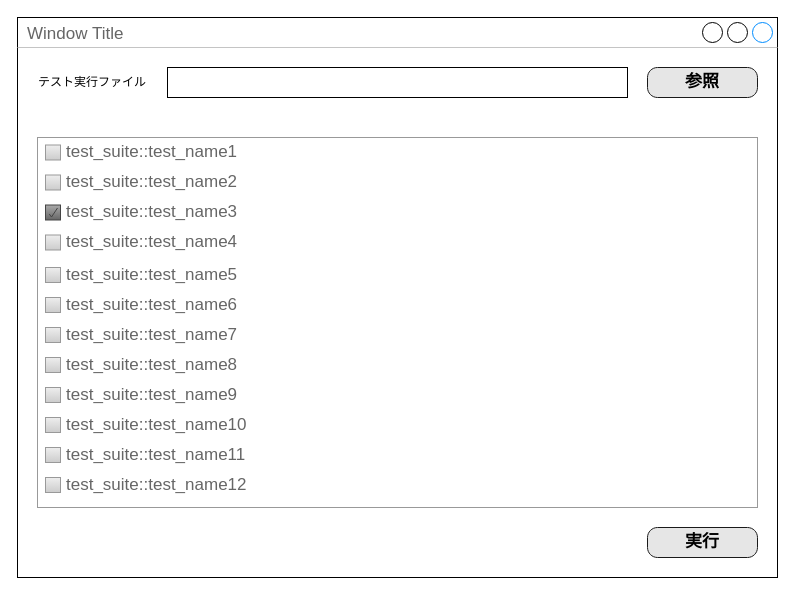
The draw.io diagram google_test/google_test_gui/doc/gtest_gui_view_layout.drawio in CountrySideEngineer/TestSupportTools, before the edit. Source tidied: cells renumbered, new cells numbered last; positions are measured from the earlier drawing's top-left corner, leaving out a move shared by most shapes. Both pictures are drawn from the tidied source at 100%, with x=0, y=0 at pixel (17, 17).
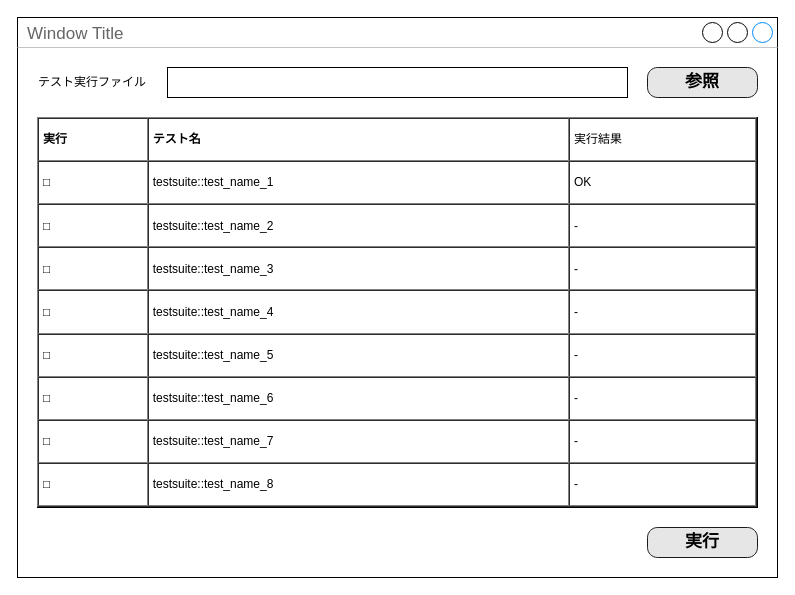
Above is the later version.

The edit, as a diff of the source:
```diff
@@
 <mxGraphModel>
   <root>
     <mxCell id="0" />
     <mxCell id="1" parent="0" />
     <mxCell id="2" value="Window Title" style="strokeWidth=1;shadow=0;dashed=0;align=center;html=1;shape=mxgraph.mockup.containers.window;align=left;verticalAlign=top;spacingLeft=8;strokeColor2=#008cff;strokeColor3=#c4c4c4;fontColor=#666666;mainText=;fontSize=17;labelBackgroundColor=none;" parent="1" vertex="1">
       <mxGeometry width="760" height="560" as="geometry" />
     </mxCell>
     <mxCell id="3" style="rounded=0;whiteSpace=wrap;html=1;" parent="1" vertex="1">
       <mxGeometry x="150" y="50" width="460" height="30" as="geometry" />
     </mxCell>
     <mxCell id="4" value="テスト実行ファイル" style="text;html=1;strokeColor=none;fillColor=none;align=center;verticalAlign=middle;whiteSpace=wrap;rounded=0;" parent="1" vertex="1">
       <mxGeometry x="10" y="50" width="130" height="30" as="geometry" />
     </mxCell>
     <mxCell id="5" value="参照" style="strokeWidth=1;shadow=0;dashed=0;align=center;html=1;shape=mxgraph.mockup.buttons.button;strokeColor=#1A1A1A;fontColor=#000000;mainText=;buttonStyle=round;fontSize=17;fontStyle=1;fillColor=#E6E6E6;whiteSpace=wrap;" parent="1" vertex="1">
       <mxGeometry x="630" y="50" width="110" height="30" as="geometry" />
     </mxCell>
-    <mxCell id="6" style="strokeWidth=1;shadow=0;dashed=0;align=center;html=1;shape=mxgraph.mockup.forms.rrect;rSize=0;strokeColor=#999999;fillColor=#ffffff;fontColor=#000000;" parent="1" vertex="1">
-      <mxGeometry x="20" y="120" width="720" height="370" as="geometry" />
-    </mxCell>
-    <mxCell id="7" value="test_suite::test_name1" style="strokeWidth=1;shadow=0;dashed=0;align=center;html=1;shape=mxgraph.mockup.forms.rrect;rSize=0;fillColor=#eeeeee;strokeColor=#999999;gradientColor=#cccccc;align=left;spacingLeft=4;fontSize=17;fontColor=#666666;labelPosition=right;labelBackgroundColor=none;labelBorderColor=none;" parent="6" vertex="1">
-      <mxGeometry x="8" y="7.5" width="15" height="15" as="geometry" />
-    </mxCell>
-    <mxCell id="8" value="test_suite::test_name2" style="strokeWidth=1;shadow=0;dashed=0;align=center;html=1;shape=mxgraph.mockup.forms.rrect;rSize=0;fillColor=#eeeeee;strokeColor=#999999;gradientColor=#cccccc;align=left;spacingLeft=4;fontSize=17;fontColor=#666666;labelPosition=right;" parent="6" vertex="1">
-      <mxGeometry x="8" y="37.5" width="15" height="15" as="geometry" />
-    </mxCell>
-    <mxCell id="9" value="&lt;span style=&quot;color: rgb(102 , 102 , 102)&quot;&gt;test_suite::test_name3&lt;/span&gt;" style="strokeWidth=1;shadow=0;dashed=0;align=center;html=1;shape=mxgraph.mockup.forms.checkbox;rSize=0;fillColor=#aaaaaa;strokeColor=#444444;gradientColor=#666666;align=left;spacingLeft=4;fontSize=17;fontColor=#008cff;labelPosition=right;" parent="6" vertex="1">
-      <mxGeometry x="8" y="67.5" width="15" height="15" as="geometry" />
-    </mxCell>
-    <mxCell id="10" value="test_suite::test_name4" style="strokeWidth=1;shadow=0;dashed=0;align=center;html=1;shape=mxgraph.mockup.forms.rrect;rSize=0;fillColor=#eeeeee;strokeColor=#999999;gradientColor=#cccccc;align=left;spacingLeft=4;fontSize=17;fontColor=#666666;labelPosition=right;" parent="6" vertex="1">
-      <mxGeometry x="8" y="97.5" width="15" height="15" as="geometry" />
-    </mxCell>
-    <mxCell id="11" value="test_suite::test_name5" style="strokeWidth=1;shadow=0;dashed=0;align=center;html=1;shape=mxgraph.mockup.forms.rrect;rSize=0;fillColor=#eeeeee;strokeColor=#999999;gradientColor=#cccccc;align=left;spacingLeft=4;fontSize=17;fontColor=#666666;labelPosition=right;" parent="6" vertex="1">
-      <mxGeometry x="8" y="130" width="15" height="15" as="geometry" />
-    </mxCell>
-    <mxCell id="12" value="test_suite::test_name6" style="strokeWidth=1;shadow=0;dashed=0;align=center;html=1;shape=mxgraph.mockup.forms.rrect;rSize=0;fillColor=#eeeeee;strokeColor=#999999;gradientColor=#cccccc;align=left;spacingLeft=4;fontSize=17;fontColor=#666666;labelPosition=right;" parent="6" vertex="1">
-      <mxGeometry x="8" y="160" width="15" height="15" as="geometry" />
-    </mxCell>
-    <mxCell id="13" value="test_suite::test_name7" style="strokeWidth=1;shadow=0;dashed=0;align=center;html=1;shape=mxgraph.mockup.forms.rrect;rSize=0;fillColor=#eeeeee;strokeColor=#999999;gradientColor=#cccccc;align=left;spacingLeft=4;fontSize=17;fontColor=#666666;labelPosition=right;" parent="6" vertex="1">
-      <mxGeometry x="8" y="190" width="15" height="15" as="geometry" />
-    </mxCell>
-    <mxCell id="14" value="test_suite::test_name8" style="strokeWidth=1;shadow=0;dashed=0;align=center;html=1;shape=mxgraph.mockup.forms.rrect;rSize=0;fillColor=#eeeeee;strokeColor=#999999;gradientColor=#cccccc;align=left;spacingLeft=4;fontSize=17;fontColor=#666666;labelPosition=right;" parent="6" vertex="1">
-      <mxGeometry x="8" y="220" width="15" height="15" as="geometry" />
-    </mxCell>
-    <mxCell id="15" value="test_suite::test_name9" style="strokeWidth=1;shadow=0;dashed=0;align=center;html=1;shape=mxgraph.mockup.forms.rrect;rSize=0;fillColor=#eeeeee;strokeColor=#999999;gradientColor=#cccccc;align=left;spacingLeft=4;fontSize=17;fontColor=#666666;labelPosition=right;" parent="6" vertex="1">
-      <mxGeometry x="8" y="250" width="15" height="15" as="geometry" />
-    </mxCell>
-    <mxCell id="16" value="test_suite::test_name10" style="strokeWidth=1;shadow=0;dashed=0;align=center;html=1;shape=mxgraph.mockup.forms.rrect;rSize=0;fillColor=#eeeeee;strokeColor=#999999;gradientColor=#cccccc;align=left;spacingLeft=4;fontSize=17;fontColor=#666666;labelPosition=right;" parent="6" vertex="1">
-      <mxGeometry x="8" y="280" width="15" height="15" as="geometry" />
-    </mxCell>
-    <mxCell id="17" value="test_suite::test_name11" style="strokeWidth=1;shadow=0;dashed=0;align=center;html=1;shape=mxgraph.mockup.forms.rrect;rSize=0;fillColor=#eeeeee;strokeColor=#999999;gradientColor=#cccccc;align=left;spacingLeft=4;fontSize=17;fontColor=#666666;labelPosition=right;" parent="6" vertex="1">
-      <mxGeometry x="8" y="310" width="15" height="15" as="geometry" />
-    </mxCell>
-    <mxCell id="18" value="test_suite::test_name12" style="strokeWidth=1;shadow=0;dashed=0;align=center;html=1;shape=mxgraph.mockup.forms.rrect;rSize=0;fillColor=#eeeeee;strokeColor=#999999;gradientColor=#cccccc;align=left;spacingLeft=4;fontSize=17;fontColor=#666666;labelPosition=right;" parent="6" vertex="1">
-      <mxGeometry x="8" y="340" width="15" height="15" as="geometry" />
-    </mxCell>
     <mxCell id="19" value="実行" style="strokeWidth=1;shadow=0;dashed=0;align=center;html=1;shape=mxgraph.mockup.buttons.button;strokeColor=#1A1A1A;fontColor=#000000;mainText=;buttonStyle=round;fontSize=17;fontStyle=1;fillColor=#E6E6E6;whiteSpace=wrap;" parent="1" vertex="1">
       <mxGeometry x="630" y="510" width="110" height="30" as="geometry" />
     </mxCell>
+    <mxCell id="20" value="&lt;table cellpadding=&quot;4&quot; cellspacing=&quot;0&quot; border=&quot;1&quot; style=&quot;font-size: 1em ; width: 100% ; height: 100%&quot;&gt;&lt;tbody&gt;&lt;tr&gt;&lt;th&gt;実行&lt;/th&gt;&lt;th&gt;テスト名&lt;/th&gt;&lt;td&gt;実行結果&lt;/td&gt;&lt;/tr&gt;&lt;tr&gt;&lt;td&gt;□&lt;/td&gt;&lt;td&gt;testsuite::test_name_1&lt;/td&gt;&lt;td&gt;OK&lt;/td&gt;&lt;/tr&gt;&lt;tr&gt;&lt;td&gt;□&lt;/td&gt;&lt;td&gt;testsuite::test_name_2&lt;br&gt;&lt;/td&gt;&lt;td&gt;-&lt;/td&gt;&lt;/tr&gt;&lt;tr&gt;&lt;td&gt;□&lt;/td&gt;&lt;td&gt;testsuite::test_name_3&lt;br&gt;&lt;/td&gt;&lt;td&gt;-&lt;/td&gt;&lt;/tr&gt;&lt;tr&gt;&lt;td&gt;□&lt;/td&gt;&lt;td&gt;testsuite::test_name_4&lt;br&gt;&lt;/td&gt;&lt;td&gt;-&lt;/td&gt;&lt;/tr&gt;&lt;tr&gt;&lt;td&gt;□&lt;br&gt;&lt;/td&gt;&lt;td&gt;testsuite::test_name_5&lt;br&gt;&lt;/td&gt;&lt;td&gt;-&lt;/td&gt;&lt;/tr&gt;&lt;tr&gt;&lt;td&gt;□&lt;br&gt;&lt;/td&gt;&lt;td&gt;testsuite::test_name_6&lt;br&gt;&lt;/td&gt;&lt;td&gt;-&lt;/td&gt;&lt;/tr&gt;&lt;tr&gt;&lt;td&gt;□&lt;br&gt;&lt;/td&gt;&lt;td&gt;testsuite::test_name_7&lt;br&gt;&lt;/td&gt;&lt;td&gt;-&lt;/td&gt;&lt;/tr&gt;&lt;tr&gt;&lt;td&gt;□&lt;br&gt;&lt;/td&gt;&lt;td&gt;testsuite::test_name_8&lt;br&gt;&lt;/td&gt;&lt;td&gt;-&lt;/td&gt;&lt;/tr&gt;&lt;/tbody&gt;&lt;/table&gt;" style="verticalAlign=top;align=left;overflow=fill;fontSize=12;fontFamily=Helvetica;html=1;" parent="1" vertex="1">
+      <mxGeometry x="20" y="100" width="720" height="390" as="geometry" />
+    </mxCell>
   </root>
 </mxGraphModel>
```
